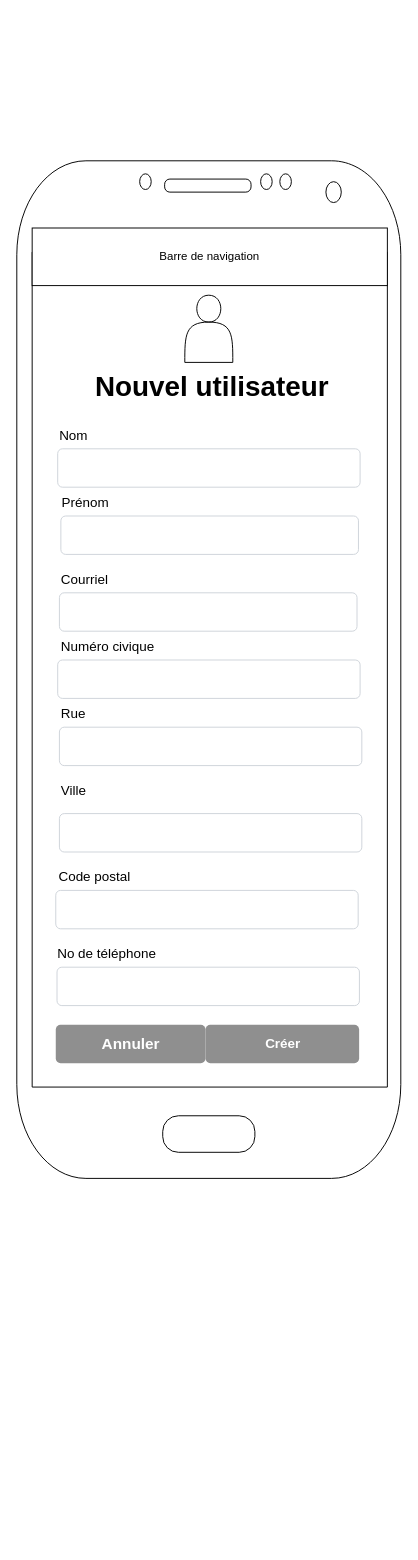
The draw.io diagram org/diagrammes/wireframes/creer-profil/mobile.drawio in Feelschevreuil/vlisside-Survivor, before the edit. Source tidied: cells renumbered, new cells numbered last; positions are measured from the earlier drawing's top-left corner, leaving out a move shared by most shapes. Both pictures are drawn from the tidied source at 96%, with x=0, y=0 at pixel (16, 160).
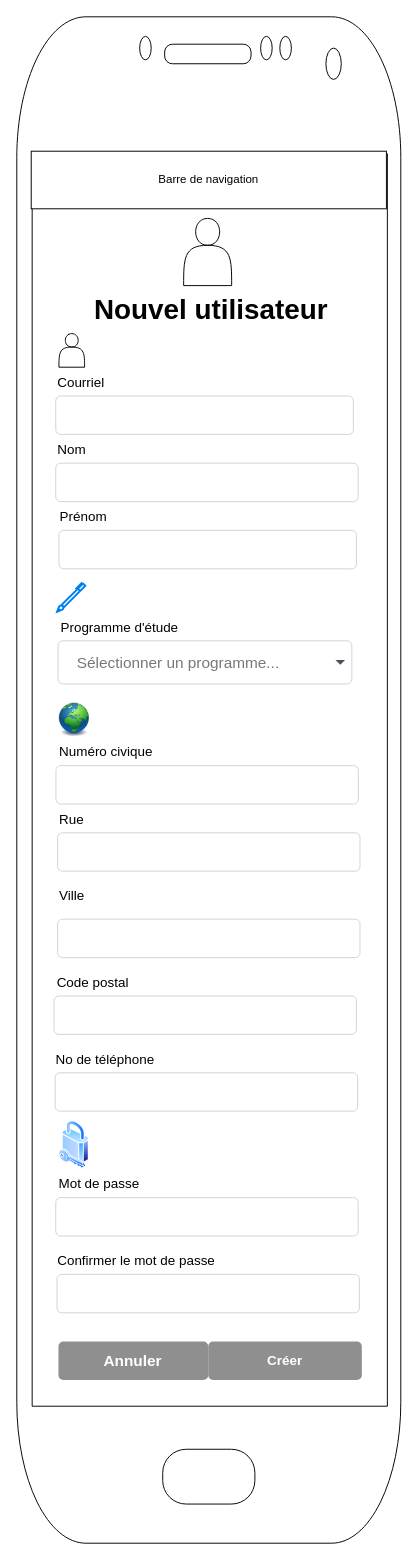
The same page after the edit.

Change to the diagram source:
```diff
@@
     <mxCell id="2" style="verticalLabelPosition=bottom;verticalAlign=top;html=1;shadow=0;dashed=0;strokeWidth=1;shape=mxgraph.android.phone2;fillStyle=auto;fontSize=19;" parent="1" vertex="1">
-      <mxGeometry width="400" height="1060" as="geometry" />
+      <mxGeometry y="-150" width="400" height="1590" as="geometry" />
     </mxCell>
     <mxCell id="3" value="Barre de navigation" style="rounded=0;whiteSpace=wrap;html=1;" parent="1" vertex="1">
-      <mxGeometry x="16" y="70" width="370" height="60" as="geometry" />
+      <mxGeometry x="15" y="-10" width="370" height="60" as="geometry" />
     </mxCell>
     <mxCell id="4" value="Nom" style="fillColor=none;strokeColor=none;align=left;fontSize=14;" parent="1" vertex="1">
-      <mxGeometry x="42.6" y="270" width="100" height="30" as="geometry" />
+      <mxGeometry x="40.6" y="285" width="100" height="30" as="geometry" />
     </mxCell>
     <mxCell id="5" style="html=1;shadow=0;dashed=0;shape=mxgraph.bootstrap.rrect;rSize=5;fillColor=#ffffff;strokeColor=#CED4DA;align=left;spacing=15;fontSize=14;fontColor=#6C767D;" parent="1" vertex="1">
-      <mxGeometry x="45.9" y="370" width="310" height="40" as="geometry" />
+      <mxGeometry x="43.9" y="385" width="310" height="40" as="geometry" />
     </mxCell>
     <mxCell id="6" value="Prénom" style="fillColor=none;strokeColor=none;align=left;fontSize=14;" parent="1" vertex="1">
-      <mxGeometry x="45.1" y="340" width="100" height="30" as="geometry" />
+      <mxGeometry x="43.1" y="355" width="100" height="30" as="geometry" />
     </mxCell>
     <mxCell id="7" style="html=1;shadow=0;dashed=0;shape=mxgraph.bootstrap.rrect;rSize=5;fillColor=#ffffff;strokeColor=#CED4DA;align=left;spacing=15;fontSize=14;fontColor=#6C767D;" parent="1" vertex="1">
-      <mxGeometry x="42.6" y="300" width="315" height="40" as="geometry" />
+      <mxGeometry x="40.6" y="315" width="315" height="40" as="geometry" />
     </mxCell>
     <mxCell id="8" value="Créer" style="html=1;shadow=0;dashed=0;shape=mxgraph.bootstrap.rrect;rSize=5;fillColor=#8F8F8F;strokeColor=none;align=center;spacing=15;fontSize=14;fontColor=#ffffff;fontStyle=1;" parent="1" vertex="1">
-      <mxGeometry x="196.6" y="900" width="160" height="40" as="geometry" />
+      <mxGeometry x="199.4" y="1230" width="160" height="40" as="geometry" />
     </mxCell>
     <mxCell id="9" value="Ville" style="fillColor=none;strokeColor=none;align=left;fontSize=14;" parent="1" vertex="1">
-      <mxGeometry x="44.4" y="640" width="100" height="30" as="geometry" />
+      <mxGeometry x="42.5" y="750" width="100" height="30" as="geometry" />
     </mxCell>
     <mxCell id="10" value="&lt;font size=&quot;1&quot; style=&quot;&quot;&gt;&lt;b style=&quot;font-size: 29px;&quot;&gt;Nouvel utilisateur&lt;/b&gt;&lt;/font&gt;" style="text;html=1;align=center;verticalAlign=middle;strokeColor=none;fillColor=none;fontSize=14;" parent="1" vertex="1">
-      <mxGeometry x="67.8" y="210" width="270" height="50" as="geometry" />
+      <mxGeometry x="66.5" y="130" width="270" height="50" as="geometry" />
     </mxCell>
     <mxCell id="11" style="html=1;shadow=0;dashed=0;shape=mxgraph.bootstrap.rrect;rSize=5;fillColor=#ffffff;strokeColor=#CED4DA;align=left;spacing=15;fontSize=14;fontColor=#6C767D;" parent="1" vertex="1">
-      <mxGeometry x="42.6" y="520" width="315" height="40" as="geometry" />
+      <mxGeometry x="40.8" y="630" width="315" height="40" as="geometry" />
     </mxCell>
     <mxCell id="12" value="Numéro civique" style="fillColor=none;strokeColor=none;align=left;fontSize=14;" parent="1" vertex="1">
-      <mxGeometry x="44.4" y="490" width="100" height="30" as="geometry" />
+      <mxGeometry x="42.5" y="600" width="100" height="30" as="geometry" />
     </mxCell>
     <mxCell id="13" style="html=1;shadow=0;dashed=0;shape=mxgraph.bootstrap.rrect;rSize=5;fillColor=#ffffff;strokeColor=#CED4DA;align=left;spacing=15;fontSize=14;fontColor=#6C767D;" parent="1" vertex="1">
-      <mxGeometry x="44.4" y="590" width="315" height="40" as="geometry" />
+      <mxGeometry x="42.5" y="700" width="315" height="40" as="geometry" />
     </mxCell>
     <mxCell id="14" value="Rue" style="fillColor=none;strokeColor=none;align=left;fontSize=14;" parent="1" vertex="1">
-      <mxGeometry x="44.4" y="560" width="100" height="30" as="geometry" />
+      <mxGeometry x="42.5" y="670" width="100" height="30" as="geometry" />
     </mxCell>
     <mxCell id="15" style="html=1;shadow=0;dashed=0;shape=mxgraph.bootstrap.rrect;rSize=5;fillColor=#ffffff;strokeColor=#CED4DA;align=left;spacing=15;fontSize=14;fontColor=#6C767D;" parent="1" vertex="1">
-      <mxGeometry x="41.9" y="840" width="315" height="40" as="geometry" />
+      <mxGeometry x="40" y="950" width="315" height="40" as="geometry" />
     </mxCell>
     <mxCell id="16" value="No de téléphone" style="fillColor=none;strokeColor=none;align=left;fontSize=14;" parent="1" vertex="1">
-      <mxGeometry x="40.6" y="810" width="100" height="30" as="geometry" />
+      <mxGeometry x="38.8" y="920" width="100" height="30" as="geometry" />
     </mxCell>
     <mxCell id="17" style="shape=actor;whiteSpace=wrap;html=1;" parent="1" vertex="1">
-      <mxGeometry x="175" y="140" width="50" height="70" as="geometry" />
+      <mxGeometry x="173.8" y="60" width="50" height="70" as="geometry" />
     </mxCell>
     <mxCell id="18" style="html=1;shadow=0;dashed=0;shape=mxgraph.bootstrap.rrect;rSize=5;fillColor=#ffffff;strokeColor=#CED4DA;align=left;spacing=15;fontSize=14;fontColor=#6C767D;" parent="1" vertex="1">
-      <mxGeometry x="40.6" y="760" width="315" height="40" as="geometry" />
+      <mxGeometry x="38.8" y="870" width="315" height="40" as="geometry" />
     </mxCell>
     <mxCell id="19" value="Code postal" style="fillColor=none;strokeColor=none;align=left;fontSize=14;" parent="1" vertex="1">
-      <mxGeometry x="41.9" y="730" width="100" height="30" as="geometry" />
+      <mxGeometry x="40" y="840" width="100" height="30" as="geometry" />
     </mxCell>
     <mxCell id="20" value="Annuler" style="html=1;shadow=0;dashed=0;shape=mxgraph.bootstrap.rrect;rSize=5;strokeColor=none;strokeWidth=1;fillColor=#8F8F8F;fontColor=#FFFFFF;whiteSpace=wrap;align=center;verticalAlign=middle;spacingLeft=0;fontStyle=1;fontSize=16;spacing=5;" parent="1" vertex="1">
-      <mxGeometry x="40.6" y="900" width="156" height="40" as="geometry" />
+      <mxGeometry x="43.4" y="1230" width="156" height="40" as="geometry" />
     </mxCell>
     <mxCell id="21" style="html=1;shadow=0;dashed=0;shape=mxgraph.bootstrap.rrect;rSize=5;fillColor=#ffffff;strokeColor=#CED4DA;align=left;spacing=15;fontSize=14;fontColor=#6C767D;" parent="1" vertex="1">
-      <mxGeometry x="44.4" y="680" width="315" height="40" as="geometry" />
+      <mxGeometry x="42.5" y="790" width="315" height="40" as="geometry" />
     </mxCell>
-    <mxCell id="22" style="html=1;shadow=0;dashed=0;shape=mxgraph.bootstrap.rrect;rSize=5;fillColor=#ffffff;strokeColor=#CED4DA;align=left;spacing=15;fontSize=14;fontColor=#6C767D;" parent="1" vertex="1">
-      <mxGeometry x="44.4" y="450" width="310" height="40" as="geometry" />
-    </mxCell>
+    <mxCell id="24" style="html=1;shadow=0;dashed=0;shape=mxgraph.bootstrap.rrect;rSize=5;fillColor=#ffffff;strokeColor=#CED4DA;align=left;spacing=15;fontSize=14;fontColor=#6C767D;" parent="1" vertex="1">
+      <mxGeometry x="40.6" y="245" width="310" height="40" as="geometry" />
+    </mxCell>
     <mxCell id="23" value="Courriel" style="fillColor=none;strokeColor=none;align=left;fontSize=14;" parent="1" vertex="1">
-      <mxGeometry x="44.4" y="420" width="100" height="30" as="geometry" />
+      <mxGeometry x="40.6" y="215" width="100" height="30" as="geometry" />
     </mxCell>
+    <mxCell id="25" style="html=1;shadow=0;dashed=0;shape=mxgraph.bootstrap.rrect;rSize=5;fillColor=#ffffff;strokeColor=#CED4DA;align=left;spacing=15;fontSize=14;fontColor=#6C767D;" parent="1" vertex="1">
+      <mxGeometry x="41.9" y="1160" width="315" height="40" as="geometry" />
+    </mxCell>
+    <mxCell id="26" value="Confirmer le mot de passe" style="fillColor=none;strokeColor=none;align=left;fontSize=14;" parent="1" vertex="1">
+      <mxGeometry x="40.6" y="1130" width="100" height="30" as="geometry" />
+    </mxCell>
+    <mxCell id="27" style="html=1;shadow=0;dashed=0;shape=mxgraph.bootstrap.rrect;rSize=5;fillColor=#ffffff;strokeColor=#CED4DA;align=left;spacing=15;fontSize=14;fontColor=#6C767D;" parent="1" vertex="1">
+      <mxGeometry x="40.6" y="1080" width="315" height="40" as="geometry" />
+    </mxCell>
+    <mxCell id="28" value="Mot de passe" style="fillColor=none;strokeColor=none;align=left;fontSize=14;" parent="1" vertex="1">
+      <mxGeometry x="41.9" y="1050" width="100" height="30" as="geometry" />
+    </mxCell>
+    <mxCell id="29" style="perimeter=ellipsePerimeter;html=1;align=center;shadow=0;dashed=0;spacingTop=3;image;image=img/lib/active_directory/security.svg;" parent="1" vertex="1">
+      <mxGeometry x="44" y="1000" width="31.5" height="50" as="geometry" />
+    </mxCell>
+    <mxCell id="30" style="shape=actor;whiteSpace=wrap;html=1;" parent="1" vertex="1">
+      <mxGeometry x="43.9" y="180" width="26.7" height="35" as="geometry" />
+    </mxCell>
+    <mxCell id="31" value="Sélectionner un programme..." style="html=1;shadow=0;dashed=0;shape=mxgraph.bootstrap.rrect;rSize=5;strokeColor=#CED4DA;strokeWidth=1;fillColor=#ffffff;fontColor=#777777;whiteSpace=wrap;align=left;verticalAlign=middle;fontStyle=0;fontSize=16;spacing=20;" parent="1" vertex="1">
+      <mxGeometry x="43" y="500" width="306" height="45" as="geometry" />
+    </mxCell>
+    <mxCell id="32" style="shape=triangle;direction=south;fillColor=#495057;strokeColor=none;perimeter=none;" parent="31" vertex="1">
+      <mxGeometry x="1" y="0.5" width="10" height="5" relative="1" as="geometry">
+        <mxPoint x="-17" y="-2.5" as="offset" />
+      </mxGeometry>
+    </mxCell>
+    <mxCell id="33" value="Programme d'étude" style="fillColor=none;strokeColor=none;align=left;fontSize=14;" parent="1" vertex="1">
+      <mxGeometry x="44" y="470" width="100" height="30" as="geometry" />
+    </mxCell>
+    <mxCell id="34" style="image;html=1;image=img/lib/clip_art/general/Earth_globe_128x128.png;fontSize=16;strokeColor=#CED4DA;" parent="1" vertex="1">
+      <mxGeometry x="40" y="565" width="40" height="35" as="geometry" />
+    </mxCell>
+    <mxCell id="35" style="html=1;verticalLabelPosition=bottom;align=center;labelBackgroundColor=#ffffff;verticalAlign=top;strokeWidth=2;strokeColor=#0080F0;shadow=0;dashed=0;shape=mxgraph.ios7.icons.pen;fontSize=16;" parent="1" vertex="1">
+      <mxGeometry x="42" y="440" width="29.4" height="29.7" as="geometry" />
+    </mxCell>
```
